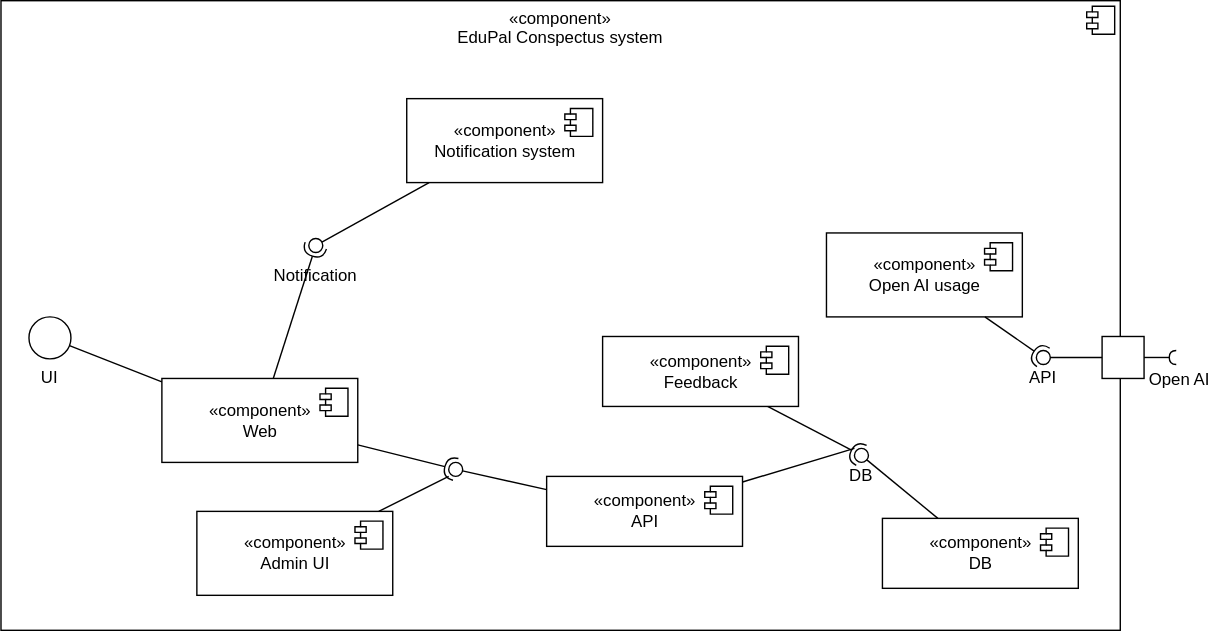
Before: lab2diags/development-view/component-level-2.drawio.svg, a diagram exported from draw.io (piatrashkakanstantinass/psi2). Source tidied: cells renumbered, new cells last; positions are measured from the earlier drawing's top-left corner, leaving out a move shared by most shapes.
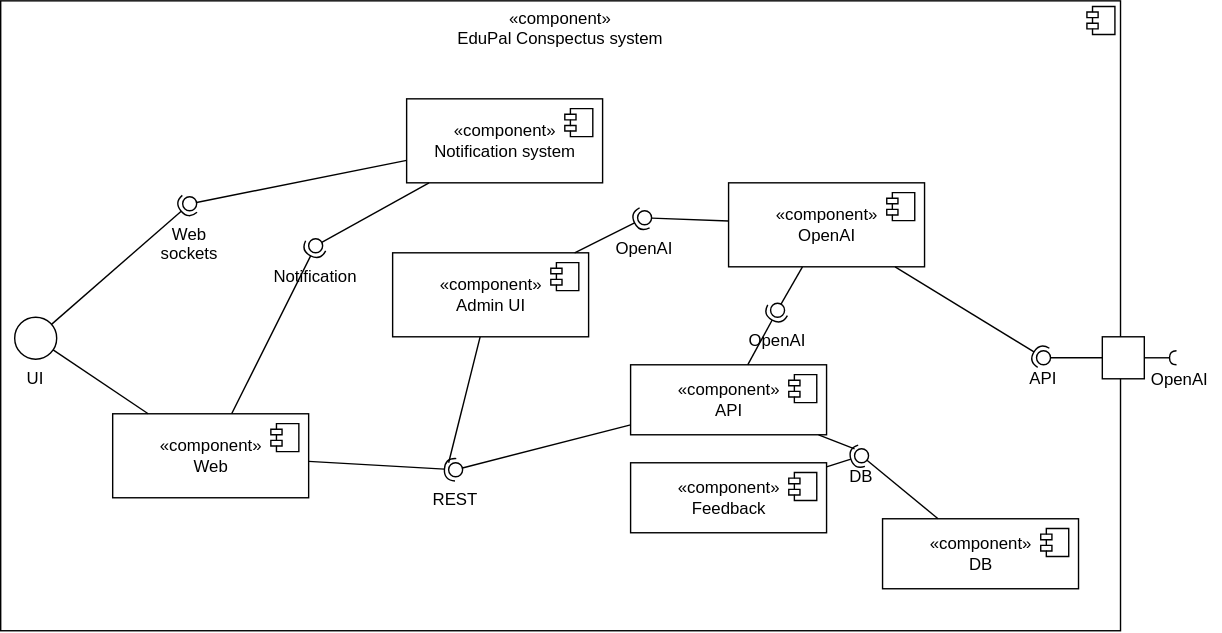
The same file after the commit.

Diff of the diagram source:
```diff
@@ -28,7 +28,7 @@
       <mxGeometry x="610" y="320" width="10" height="10" as="geometry" />
     </mxCell>
     <mxCell id="9" value="«component»&lt;br&gt;Feedback" style="html=1;" parent="1" vertex="1">
-      <mxGeometry x="430" y="240" width="140" height="50" as="geometry" />
+      <mxGeometry x="450" y="330" width="140" height="50" as="geometry" />
     </mxCell>
     <mxCell id="10" style="shape=module;jettyWidth=8;jettyHeight=4;" parent="9" vertex="1">
       <mxGeometry x="1" width="20" height="20" relative="1" as="geometry">
@@ -36,7 +36,7 @@
       </mxGeometry>
     </mxCell>
     <mxCell id="11" value="«component»&lt;br&gt;API" style="html=1;" parent="1" vertex="1">
-      <mxGeometry x="390" y="340" width="140" height="50" as="geometry" />
+      <mxGeometry x="450" y="260" width="140" height="50" as="geometry" />
     </mxCell>
     <mxCell id="12" style="shape=module;jettyWidth=8;jettyHeight=4;" parent="11" vertex="1">
       <mxGeometry x="1" width="20" height="20" relative="1" as="geometry">
@@ -58,11 +58,11 @@
     </mxCell>
     <mxCell id="16" style="edgeStyle=none;html=1;endArrow=none;endFill=0;" parent="1" edge="1" source="17">
       <mxGeometry relative="1" as="geometry">
-        <mxPoint x="320" y="340" as="targetPoint" />
+        <mxPoint x="320" y="330" as="targetPoint" />
       </mxGeometry>
     </mxCell>
     <mxCell id="17" value="«component»&lt;br&gt;Admin UI" style="html=1;" parent="1" vertex="1">
-      <mxGeometry x="140" y="365" width="140" height="60" as="geometry" />
+      <mxGeometry x="280" y="180" width="140" height="60" as="geometry" />
     </mxCell>
     <mxCell id="18" style="shape=module;jettyWidth=8;jettyHeight=4;" parent="17" vertex="1">
       <mxGeometry x="1" width="20" height="20" relative="1" as="geometry">
@@ -78,8 +78,8 @@
     <mxCell id="21" value="&lt;br&gt;&lt;br&gt;&lt;br&gt;&lt;br&gt;&lt;br&gt;&lt;br&gt;&lt;br&gt;&lt;br&gt;&lt;br&gt;&lt;br&gt;&lt;br&gt;&lt;br&gt;&lt;br&gt;" style="shape=requiredInterface;html=1;fontSize=11;align=center;fillColor=none;points=[];verticalAlign=bottom;labelPosition=center;verticalLabelPosition=top;flipH=1;noLabel=0;" parent="1" vertex="1">
       <mxGeometry x="835" y="250" width="5" height="10" as="geometry" />
     </mxCell>
-    <mxCell id="22" value="Open AI&lt;br&gt;" style="text;html=1;align=center;verticalAlign=middle;strokeColor=none;fillColor=none;" parent="1" vertex="1">
-      <mxGeometry x="806.5" y="256" width="70" height="30" as="geometry" />
+    <mxCell id="22" value="OpenAI" style="text;html=1;align=center;verticalAlign=middle;strokeColor=none;fillColor=none;" parent="1" vertex="1">
+      <mxGeometry x="811.5" y="256" width="60" height="30" as="geometry" />
     </mxCell>
     <mxCell id="23" style="rounded=0;jettySize=auto;html=1;endArrow=none;endFill=0;sketch=0;sourcePerimeterSpacing=0;targetPerimeterSpacing=0;" parent="1" edge="1" source="11" target="25">
       <mxGeometry relative="1" as="geometry" />
@@ -87,11 +87,11 @@
     <mxCell id="24" style="rounded=0;jettySize=auto;html=1;endArrow=halfCircle;endFill=0;entryX=0.5;entryY=0.5;endSize=6;strokeWidth=1;sketch=0;" parent="1" edge="1" source="26" target="25">
       <mxGeometry relative="1" as="geometry" />
     </mxCell>
-    <mxCell id="25" style="ellipse;whiteSpace=wrap;html=1;align=center;points=[];outlineConnect=0;sketch=0;" parent="1" vertex="1">
+    <mxCell id="25" value="&lt;br&gt;&lt;br&gt;&lt;br&gt;REST" style="ellipse;whiteSpace=wrap;html=1;align=center;points=[];outlineConnect=0;sketch=0;" parent="1" vertex="1">
       <mxGeometry x="320" y="330" width="10" height="10" as="geometry" />
     </mxCell>
     <mxCell id="26" value="«component»&lt;br&gt;Web" style="html=1;" parent="1" vertex="1">
-      <mxGeometry x="115" y="270" width="140" height="60" as="geometry" />
+      <mxGeometry x="80" y="295" width="140" height="60" as="geometry" />
     </mxCell>
     <mxCell id="27" style="shape=module;jettyWidth=8;jettyHeight=4;" parent="26" vertex="1">
       <mxGeometry x="1" width="20" height="20" relative="1" as="geometry">
@@ -102,10 +102,10 @@
       <mxGeometry relative="1" as="geometry" />
     </mxCell>
     <mxCell id="29" value="&#10;&#10;&#10;&#10;UI" style="ellipse;" parent="1" vertex="1">
-      <mxGeometry x="20" y="226" width="30" height="30" as="geometry" />
+      <mxGeometry x="10" y="226" width="30" height="30" as="geometry" />
     </mxCell>
-    <mxCell id="30" value="«component»&lt;br&gt;Open AI usage" style="html=1;" parent="1" vertex="1">
-      <mxGeometry x="590" y="166" width="140" height="60" as="geometry" />
+    <mxCell id="30" value="«component»&lt;br&gt;OpenAI" style="html=1;" parent="1" vertex="1">
+      <mxGeometry x="520" y="130" width="140" height="60" as="geometry" />
     </mxCell>
     <mxCell id="31" style="shape=module;jettyWidth=8;jettyHeight=4;" parent="30" vertex="1">
       <mxGeometry x="1" width="20" height="20" relative="1" as="geometry">
@@ -130,5 +130,32 @@
     <mxCell id="37" value="&lt;br&gt;&lt;br&gt;&lt;br&gt;Notification" style="ellipse;whiteSpace=wrap;html=1;align=center;points=[];outlineConnect=0;sketch=0;" parent="1" vertex="1">
       <mxGeometry x="220" y="170" width="10" height="10" as="geometry" />
     </mxCell>
+    <mxCell id="38" style="rounded=0;jettySize=auto;html=1;endArrow=none;endFill=0;sketch=0;sourcePerimeterSpacing=0;targetPerimeterSpacing=0;" parent="1" edge="1" source="14" target="40">
+      <mxGeometry relative="1" as="geometry" />
+    </mxCell>
+    <mxCell id="39" style="rounded=0;jettySize=auto;html=1;endArrow=halfCircle;endFill=0;entryX=0.5;entryY=0.5;endSize=6;strokeWidth=1;sketch=0;" parent="1" edge="1" source="29" target="40">
+      <mxGeometry relative="1" as="geometry" />
+    </mxCell>
+    <mxCell id="40" value="&lt;br&gt;&lt;br&gt;&lt;br&gt;&lt;br&gt;Web sockets" style="ellipse;whiteSpace=wrap;html=1;align=center;points=[];outlineConnect=0;sketch=0;" parent="1" vertex="1">
+      <mxGeometry x="130" y="140" width="10" height="10" as="geometry" />
+    </mxCell>
+    <mxCell id="41" style="rounded=0;jettySize=auto;html=1;endArrow=none;endFill=0;sketch=0;sourcePerimeterSpacing=0;targetPerimeterSpacing=0;" parent="1" edge="1" source="30" target="43">
+      <mxGeometry relative="1" as="geometry" />
+    </mxCell>
+    <mxCell id="42" style="rounded=0;jettySize=auto;html=1;endArrow=halfCircle;endFill=0;entryX=0.5;entryY=0.5;endSize=6;strokeWidth=1;sketch=0;" parent="1" edge="1" source="17" target="43">
+      <mxGeometry relative="1" as="geometry" />
+    </mxCell>
+    <mxCell id="43" value="&lt;br&gt;&lt;br&gt;&lt;br&gt;OpenAI" style="ellipse;whiteSpace=wrap;html=1;align=center;points=[];outlineConnect=0;sketch=0;" parent="1" vertex="1">
+      <mxGeometry x="455" y="150" width="10" height="10" as="geometry" />
+    </mxCell>
+    <mxCell id="44" style="rounded=0;jettySize=auto;html=1;endArrow=none;endFill=0;sketch=0;sourcePerimeterSpacing=0;targetPerimeterSpacing=0;" parent="1" edge="1" source="30" target="46">
+      <mxGeometry relative="1" as="geometry" />
+    </mxCell>
+    <mxCell id="45" style="rounded=0;jettySize=auto;html=1;endArrow=halfCircle;endFill=0;entryX=0.5;entryY=0.5;endSize=6;strokeWidth=1;sketch=0;" parent="1" edge="1" source="11" target="46">
+      <mxGeometry relative="1" as="geometry" />
+    </mxCell>
+    <mxCell id="46" value="&lt;br&gt;&lt;br&gt;&lt;br&gt;OpenAI" style="ellipse;whiteSpace=wrap;html=1;align=center;points=[];outlineConnect=0;sketch=0;" parent="1" vertex="1">
+      <mxGeometry x="550" y="216" width="10" height="10" as="geometry" />
+    </mxCell>
   </root>
 </mxGraphModel>
```
